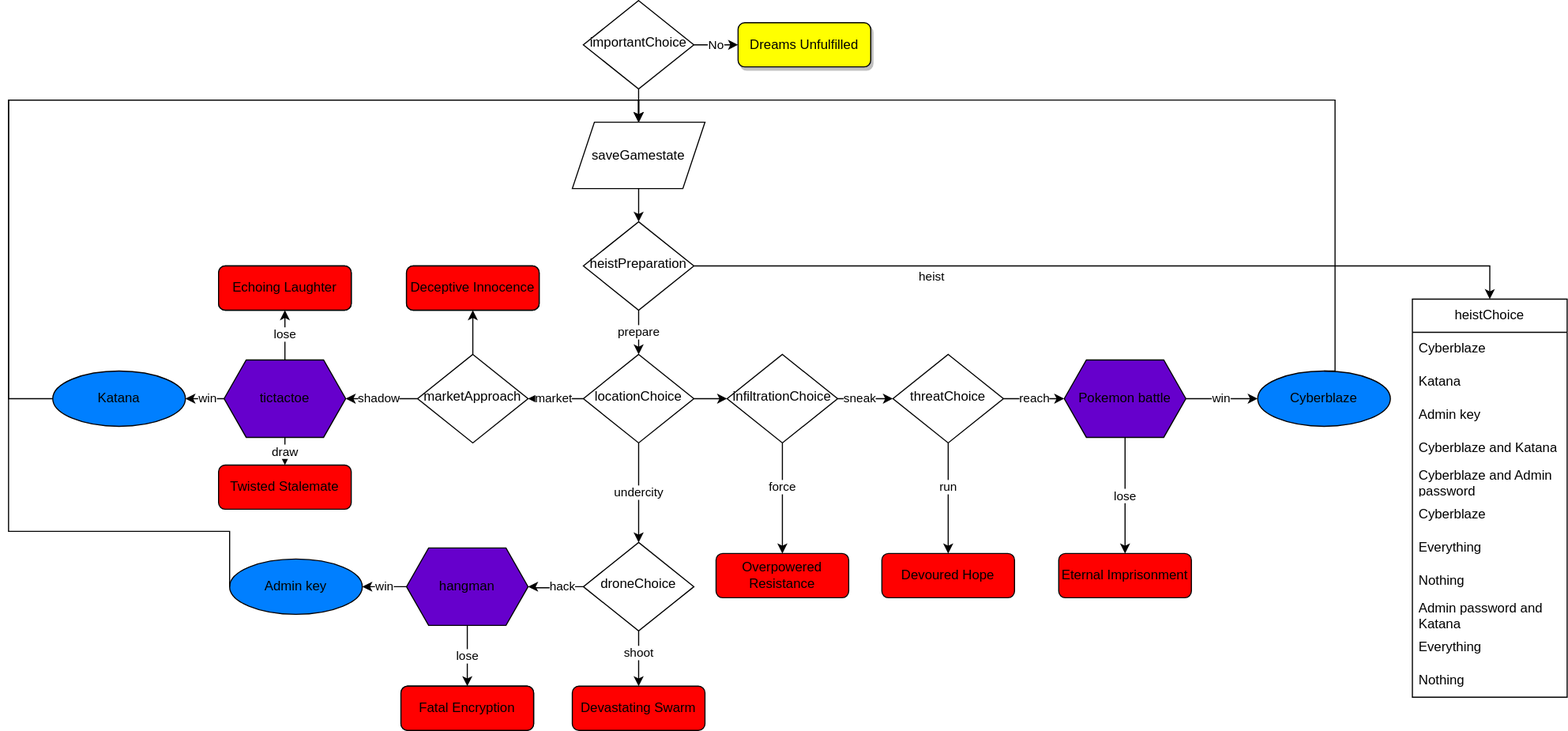
The draw.io diagram documentation/Cyberpunk-Urban-Legacy-story-chart.svg in pslib-cz/2022-p2a-PRG-PeterHonzejk-Cyberpunk-Urban-Legacy, before a commit. Source tidied: cells renumbered, new cells last; positions are measured from the earlier drawing's top-left corner, leaving out a move shared by most shapes.
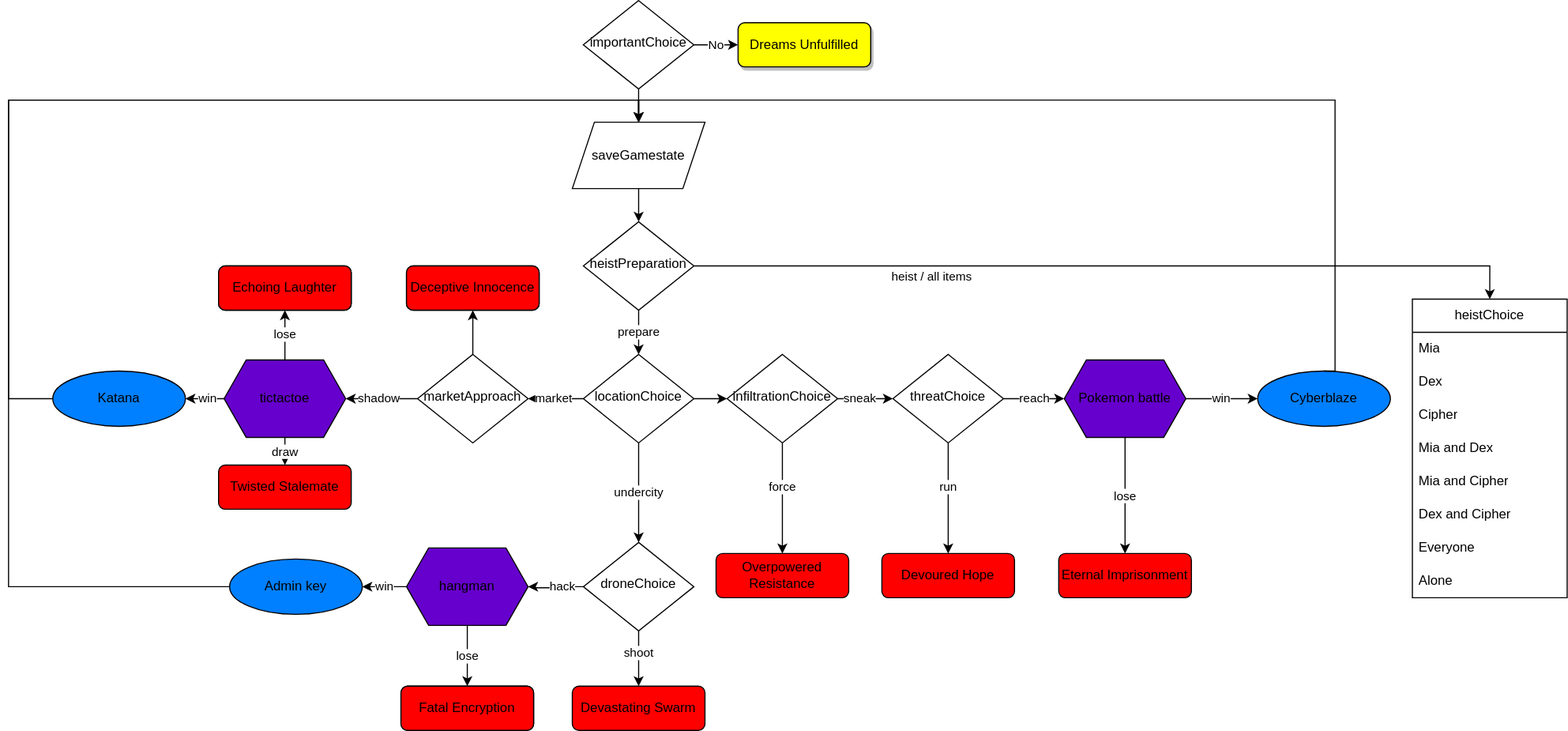
The same diagram one commit later.

What changed in the source:
```diff
@@ -11,7 +11,7 @@
     <mxCell id="4" value="&lt;font style=&quot;font-size: 12px;&quot;&gt;importantChoice&lt;/font&gt;" style="rhombus;whiteSpace=wrap;html=1;shadow=0;fontFamily=Helvetica;fontSize=12;align=center;strokeWidth=1;spacing=6;spacingTop=-4;" parent="1" vertex="1">
       <mxGeometry x="520" width="100" height="80" as="geometry" />
     </mxCell>
-    <mxCell id="5" value="&lt;font color=&quot;#000000&quot;&gt;Dreams Unfulfilled&lt;/font&gt;" style="rounded=1;whiteSpace=wrap;html=1;fontSize=12;glass=0;strokeWidth=1;shadow=1;fillColor=#FFFF00;" parent="1" vertex="1">
+    <mxCell id="5" value="Dreams Unfulfilled" style="rounded=1;whiteSpace=wrap;html=1;fontSize=12;glass=0;strokeWidth=1;shadow=1;fillColor=#FFFF00;" parent="1" vertex="1">
       <mxGeometry x="660" y="20" width="120" height="40" as="geometry" />
     </mxCell>
     <mxCell id="6" style="edgeStyle=orthogonalEdgeStyle;rounded=0;jettySize=auto;html=1;exitX=1;exitY=0.5;exitDx=0;exitDy=0;" parent="1" edge="1" source="19" target="9">
@@ -150,7 +150,7 @@
     <mxCell id="44" style="edgeStyle=orthogonalEdgeStyle;rounded=0;jettySize=auto;html=1;exitX=0;exitY=0.5;exitDx=0;exitDy=0;entryX=0.5;entryY=0;entryDx=0;entryDy=0;" parent="1" edge="1" source="31" target="66">
       <mxGeometry relative="1" as="geometry">
         <Array as="points">
-          <mxPoint y="480" />
+          <mxPoint y="530" />
           <mxPoint y="90" />
           <mxPoint x="570" y="90" />
         </Array>
@@ -177,7 +177,7 @@
     <mxCell id="49" style="edgeStyle=orthogonalEdgeStyle;rounded=0;jettySize=auto;html=1;exitX=1;exitY=0.5;exitDx=0;exitDy=0;entryX=0.5;entryY=0;entryDx=0;entryDy=0;" parent="1" edge="1" source="52" target="53">
       <mxGeometry relative="1" as="geometry" />
     </mxCell>
-    <mxCell id="50" value="heist" style="edgeLabel;html=1;align=center;verticalAlign=middle;" parent="49" vertex="1">
+    <mxCell id="50" value="heist / all items" style="edgeLabel;html=1;align=center;verticalAlign=middle;" parent="49" vertex="1">
       <mxGeometry x="-0.83" y="1" relative="1" as="geometry">
         <mxPoint x="150" y="10" as="offset" />
       </mxGeometry>
@@ -189,41 +189,32 @@
       <mxGeometry x="520" y="200" width="100" height="80" as="geometry" />
     </mxCell>
     <mxCell id="53" value="heistChoice" style="swimlane;fontStyle=0;horizontal=1;startSize=30;whiteSpace=wrap;html=1;" parent="1" vertex="1">
-      <mxGeometry x="1270" y="270" width="140" height="360" as="geometry" />
+      <mxGeometry x="1270" y="270" width="140" height="270" as="geometry" />
     </mxCell>
-    <mxCell id="54" value="Cyberblaze" style="text;strokeColor=none;fillColor=none;align=left;verticalAlign=middle;spacingLeft=4;spacingRight=4;overflow=hidden;whiteSpace=wrap;html=1;" parent="53" vertex="1">
+    <mxCell id="54" value="Mia" style="text;strokeColor=none;fillColor=none;align=left;verticalAlign=middle;spacingLeft=4;spacingRight=4;overflow=hidden;whiteSpace=wrap;html=1;" parent="53" vertex="1">
       <mxGeometry y="30" width="140" height="30" as="geometry" />
     </mxCell>
-    <mxCell id="55" value="Katana" style="text;strokeColor=none;fillColor=none;align=left;verticalAlign=middle;spacingLeft=4;spacingRight=4;overflow=hidden;whiteSpace=wrap;html=1;" parent="53" vertex="1">
+    <mxCell id="55" value="Dex" style="text;strokeColor=none;fillColor=none;align=left;verticalAlign=middle;spacingLeft=4;spacingRight=4;overflow=hidden;whiteSpace=wrap;html=1;" parent="53" vertex="1">
       <mxGeometry y="60" width="140" height="30" as="geometry" />
     </mxCell>
-    <mxCell id="56" value="Admin key" style="text;strokeColor=none;fillColor=none;align=left;verticalAlign=middle;spacingLeft=4;spacingRight=4;overflow=hidden;whiteSpace=wrap;html=1;" parent="53" vertex="1">
+    <mxCell id="56" value="Cipher" style="text;strokeColor=none;fillColor=none;align=left;verticalAlign=middle;spacingLeft=4;spacingRight=4;overflow=hidden;whiteSpace=wrap;html=1;" parent="53" vertex="1">
       <mxGeometry y="90" width="140" height="30" as="geometry" />
     </mxCell>
-    <mxCell id="57" value="Cyberblaze and Katana" style="text;strokeColor=none;fillColor=none;align=left;verticalAlign=middle;spacingLeft=4;spacingRight=4;overflow=hidden;whiteSpace=wrap;html=1;" parent="53" vertex="1">
+    <mxCell id="57" value="Mia and Dex" style="text;strokeColor=none;fillColor=none;align=left;verticalAlign=middle;spacingLeft=4;spacingRight=4;overflow=hidden;whiteSpace=wrap;html=1;" parent="53" vertex="1">
       <mxGeometry y="120" width="140" height="30" as="geometry" />
     </mxCell>
-    <mxCell id="58" value="Cyberblaze and Admin password" style="text;strokeColor=none;fillColor=none;align=left;verticalAlign=middle;spacingLeft=4;spacingRight=4;overflow=hidden;whiteSpace=wrap;html=1;" parent="53" vertex="1">
+    <mxCell id="58" value="Mia and Cipher" style="text;strokeColor=none;fillColor=none;align=left;verticalAlign=middle;spacingLeft=4;spacingRight=4;overflow=hidden;whiteSpace=wrap;html=1;" parent="53" vertex="1">
       <mxGeometry y="150" width="140" height="30" as="geometry" />
     </mxCell>
-    <mxCell id="59" value="Cyberblaze" style="text;strokeColor=none;fillColor=none;align=left;verticalAlign=middle;spacingLeft=4;spacingRight=4;overflow=hidden;whiteSpace=wrap;html=1;" parent="53" vertex="1">
+    <mxCell id="59" value="Dex and Cipher" style="text;strokeColor=none;fillColor=none;align=left;verticalAlign=middle;spacingLeft=4;spacingRight=4;overflow=hidden;whiteSpace=wrap;html=1;" parent="53" vertex="1">
       <mxGeometry y="180" width="140" height="30" as="geometry" />
     </mxCell>
-    <mxCell id="60" value="Everything" style="text;strokeColor=none;fillColor=none;align=left;verticalAlign=middle;spacingLeft=4;spacingRight=4;overflow=hidden;whiteSpace=wrap;html=1;" parent="53" vertex="1">
+    <mxCell id="60" value="Everyone" style="text;strokeColor=none;fillColor=none;align=left;verticalAlign=middle;spacingLeft=4;spacingRight=4;overflow=hidden;whiteSpace=wrap;html=1;" parent="53" vertex="1">
       <mxGeometry y="210" width="140" height="30" as="geometry" />
     </mxCell>
-    <mxCell id="61" value="Nothing" style="text;strokeColor=none;fillColor=none;align=left;verticalAlign=middle;spacingLeft=4;spacingRight=4;overflow=hidden;whiteSpace=wrap;html=1;" parent="53" vertex="1">
+    <mxCell id="61" value="Alone" style="text;strokeColor=none;fillColor=none;align=left;verticalAlign=middle;spacingLeft=4;spacingRight=4;overflow=hidden;whiteSpace=wrap;html=1;" parent="53" vertex="1">
       <mxGeometry y="240" width="140" height="30" as="geometry" />
     </mxCell>
-    <mxCell id="62" value="Admin password and Katana" style="text;strokeColor=none;fillColor=none;align=left;verticalAlign=middle;spacingLeft=4;spacingRight=4;overflow=hidden;whiteSpace=wrap;html=1;" parent="53" vertex="1">
-      <mxGeometry y="270" width="140" height="30" as="geometry" />
-    </mxCell>
-    <mxCell id="63" value="Everything" style="text;strokeColor=none;fillColor=none;align=left;verticalAlign=middle;spacingLeft=4;spacingRight=4;overflow=hidden;whiteSpace=wrap;html=1;" parent="53" vertex="1">
-      <mxGeometry y="300" width="140" height="30" as="geometry" />
-    </mxCell>
-    <mxCell id="64" value="Nothing" style="text;strokeColor=none;fillColor=none;align=left;verticalAlign=middle;spacingLeft=4;spacingRight=4;overflow=hidden;whiteSpace=wrap;html=1;" parent="53" vertex="1">
-      <mxGeometry y="330" width="140" height="30" as="geometry" />
-    </mxCell>
     <mxCell id="65" style="edgeStyle=orthogonalEdgeStyle;rounded=0;jettySize=auto;html=1;exitX=0.5;exitY=1;exitDx=0;exitDy=0;entryX=0.5;entryY=0;entryDx=0;entryDy=0;" parent="1" edge="1" source="66" target="52">
       <mxGeometry relative="1" as="geometry" />
     </mxCell>
```
